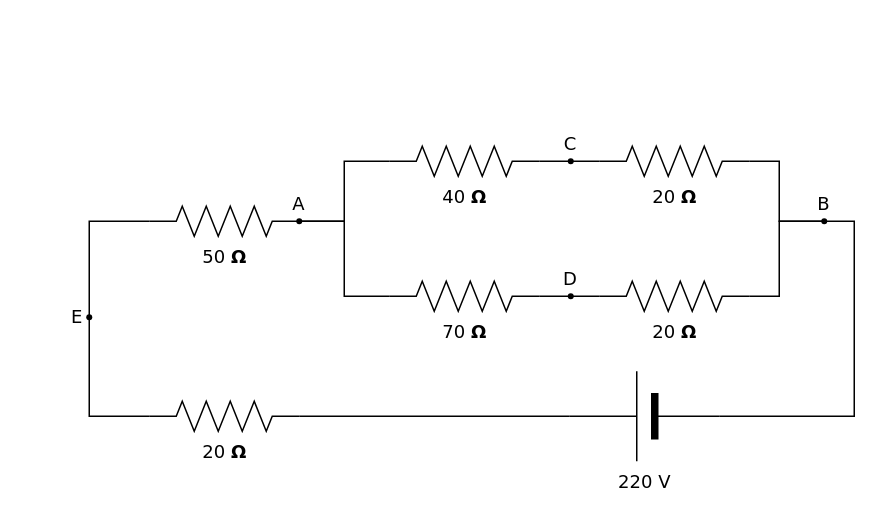
Earlier version of the draw.io diagram Untitled Diagram.drawio (iMonet/iMonet.github.io). Source tidied: cells renumbered, new cells numbered last; positions are measured from the earlier drawing's top-left corner, leaving out a move shared by most shapes. Both pictures are drawn from the tidied source at 150%, with x=0, y=0 at pixel (86, 146).
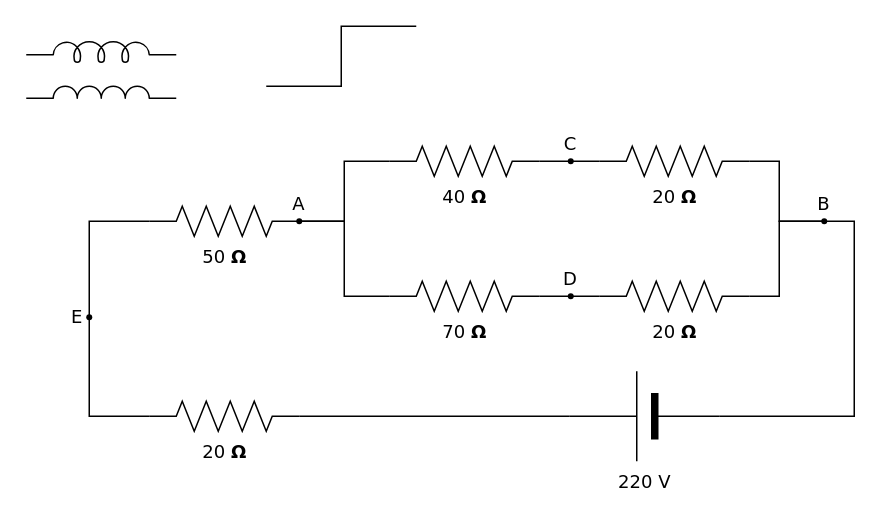
After the change.

The edit, as a diff of the source:
```diff
@@
+    <mxCell id="23" style="verticalLabelPosition=bottom;shadow=0;dashed=0;align=center;html=1;verticalAlign=top;shape=mxgraph.electrical.inductors.inductor_3;" parent="1" vertex="1">
+      <mxGeometry x="-40" y="-40" width="100" height="8" as="geometry" />
+    </mxCell>
+    <mxCell id="24" style="verticalLabelPosition=bottom;shadow=0;dashed=0;align=center;html=1;verticalAlign=top;shape=mxgraph.electrical.inductors.inductor_5;" parent="1" vertex="1">
+      <mxGeometry x="-40" y="-70" width="100" height="14" as="geometry" />
+    </mxCell>
+    <mxCell id="25" style="verticalLabelPosition=bottom;shadow=0;dashed=0;align=center;html=1;verticalAlign=top;shape=mxgraph.electrical.waveforms.step_1;" parent="1" vertex="1">
+      <mxGeometry x="120" y="-80" width="100" height="40" as="geometry" />
+    </mxCell>
```
